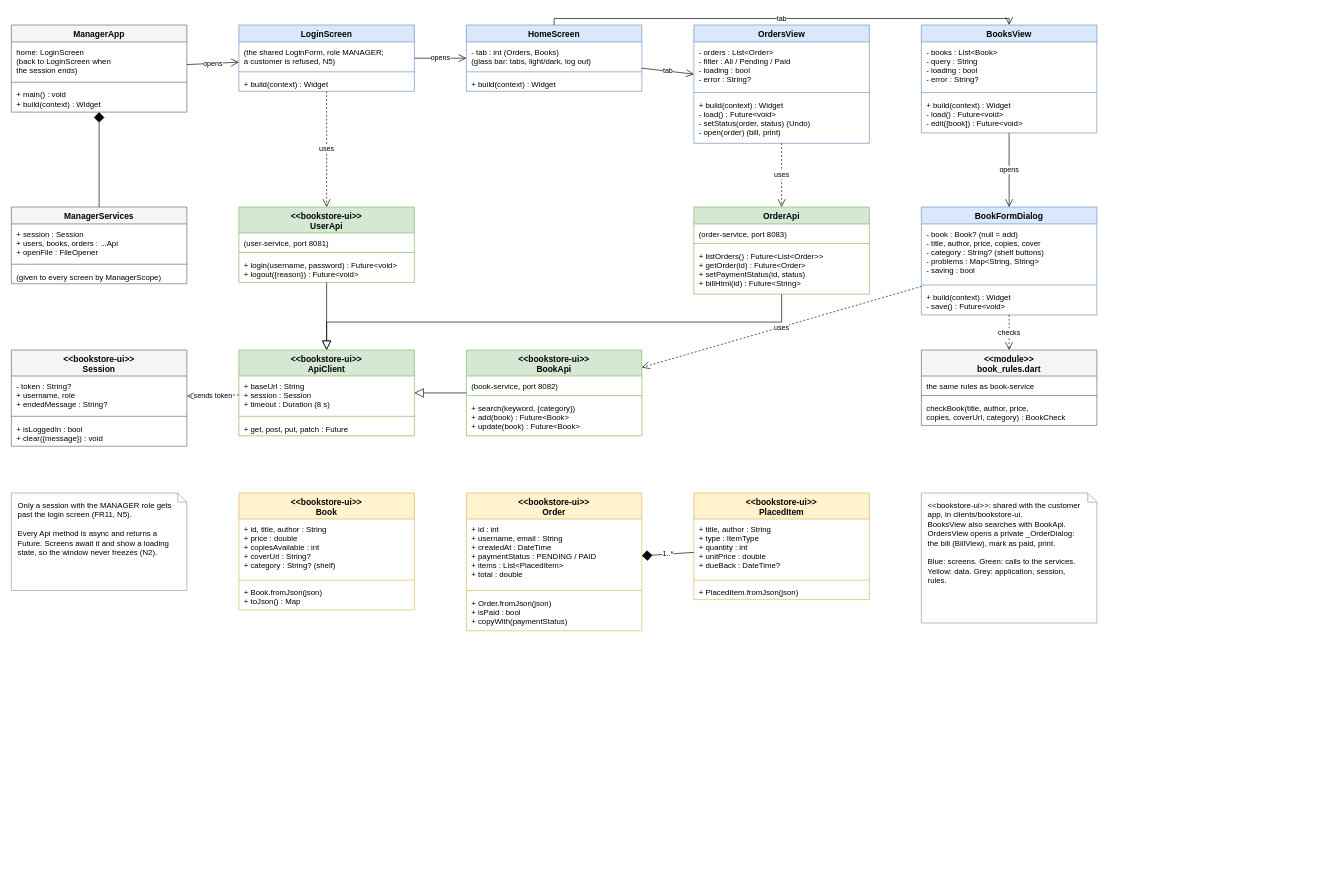
KFUPMer/csce310-bookstore keeps this draw.io diagram as docs/02-design/diagrams/class-manager-app.drawio. Above is the earlier version. Source tidied: cells renumbered, new cells numbered last; positions are measured from the earlier drawing's top-left corner, leaving out a move shared by most shapes. Both pictures are drawn from the tidied source at 65%, with x=0, y=0 at pixel (11, 25).
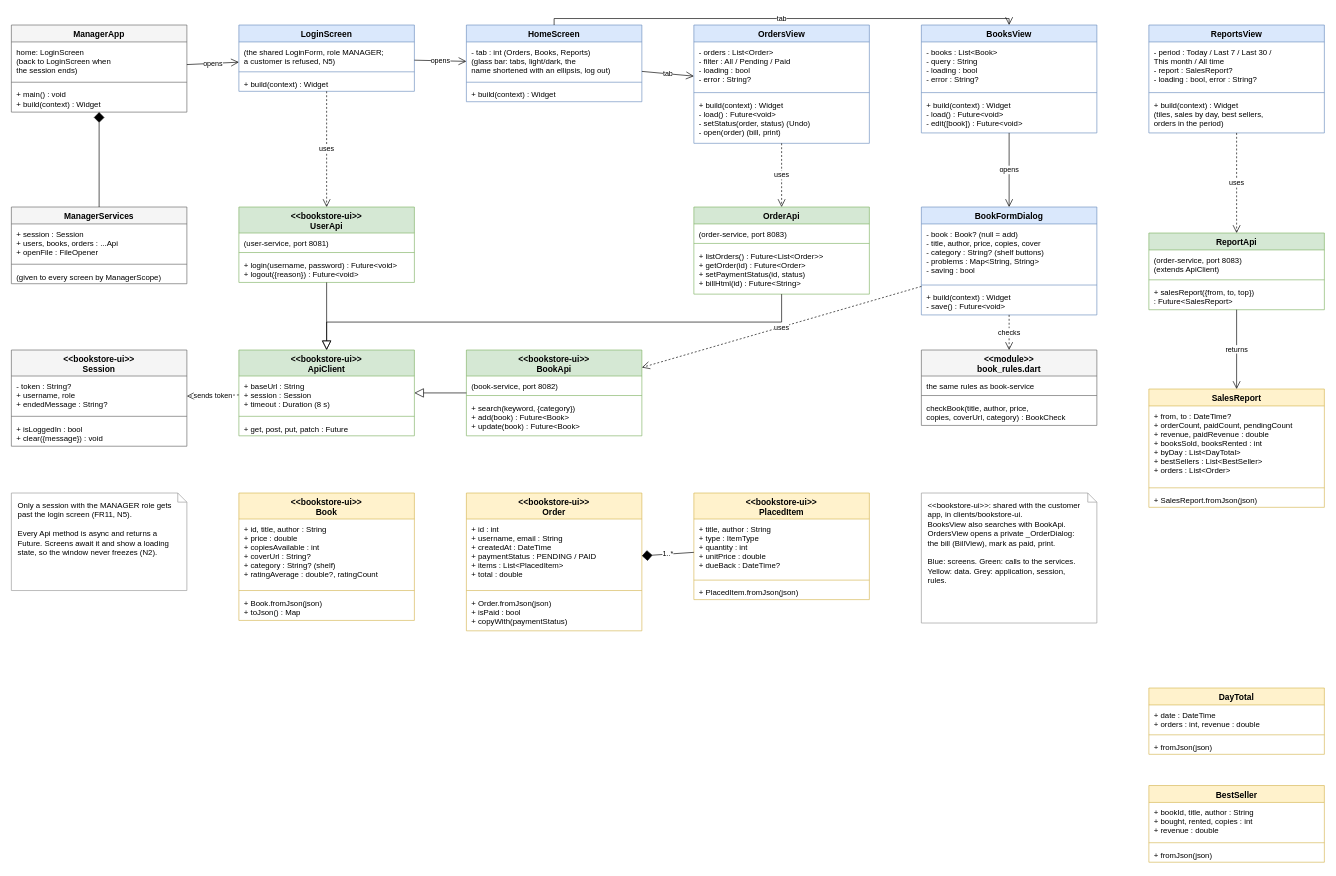
The same diagram, later.

What changed in the source:
```diff
@@
     <mxCell id="10" value="HomeScreen" style="swimlane;fontStyle=1;align=center;verticalAlign=top;horizontal=1;startSize=26;fillColor=#dae8fc;strokeColor=#6c8ebf;fontSize=13;" parent="1" vertex="1">
-      <mxGeometry x="700" width="270" height="102" as="geometry" />
+      <mxGeometry x="700" width="270" height="118" as="geometry" />
     </mxCell>
-    <mxCell id="11" value="- tab : int  (Orders, Books)&#10;(glass bar: tabs, light/dark, log out)" style="text;strokeColor=none;fillColor=none;align=left;verticalAlign=top;spacingLeft=6;spacingRight=4;spacingTop=2;overflow=hidden;fontSize=12;" parent="10" vertex="1">
-      <mxGeometry y="26" width="270" height="42" as="geometry" />
+    <mxCell id="11" value="- tab : int  (Orders, Books, Reports)&#10;(glass bar: tabs, light/dark, the&#10; name shortened with an ellipsis, log out)" style="text;strokeColor=none;fillColor=none;align=left;verticalAlign=top;spacingLeft=6;spacingRight=4;spacingTop=2;overflow=hidden;fontSize=12;" parent="10" vertex="1">
+      <mxGeometry y="26" width="270" height="58" as="geometry" />
     </mxCell>
     <mxCell id="12" style="line;strokeWidth=1;fillColor=none;align=left;verticalAlign=middle;spacingTop=-1;spacingLeft=3;spacingRight=3;labelPosition=right;strokeColor=inherit;" parent="10" vertex="1">
-      <mxGeometry y="68" width="270" height="8" as="geometry" />
+      <mxGeometry y="84" width="270" height="8" as="geometry" />
     </mxCell>
     <mxCell id="13" value="+ build(context) : Widget" style="text;strokeColor=none;fillColor=none;align=left;verticalAlign=top;spacingLeft=6;spacingRight=4;spacingTop=2;overflow=hidden;fontSize=12;" parent="10" vertex="1">
-      <mxGeometry y="76" width="270" height="26" as="geometry" />
+      <mxGeometry y="92" width="270" height="26" as="geometry" />
     </mxCell>
@@
     <mxCell id="54" value="&lt;&lt;bookstore-ui&gt;&gt;&#10;Book" style="swimlane;fontStyle=1;align=center;verticalAlign=top;horizontal=1;startSize=40;fillColor=#fff2cc;strokeColor=#d6b656;fontSize=13;" parent="1" vertex="1">
-      <mxGeometry x="350" y="720" width="270" height="180" as="geometry" />
+      <mxGeometry x="350" y="720" width="270" height="196" as="geometry" />
     </mxCell>
-    <mxCell id="55" value="+ id, title, author : String&#10;+ price : double&#10;+ copiesAvailable : int&#10;+ coverUrl : String?&#10;+ category : String?  (shelf)" style="text;strokeColor=none;fillColor=none;align=left;verticalAlign=top;spacingLeft=6;spacingRight=4;spacingTop=2;overflow=hidden;fontSize=12;" parent="54" vertex="1">
-      <mxGeometry y="40" width="270" height="90" as="geometry" />
+    <mxCell id="55" value="+ id, title, author : String&#10;+ price : double&#10;+ copiesAvailable : int&#10;+ coverUrl : String?&#10;+ category : String?  (shelf)&#10;+ ratingAverage : double?, ratingCount" style="text;strokeColor=none;fillColor=none;align=left;verticalAlign=top;spacingLeft=6;spacingRight=4;spacingTop=2;overflow=hidden;fontSize=12;" parent="54" vertex="1">
+      <mxGeometry y="40" width="270" height="106" as="geometry" />
     </mxCell>
     <mxCell id="56" style="line;strokeWidth=1;fillColor=none;align=left;verticalAlign=middle;spacingTop=-1;spacingLeft=3;spacingRight=3;labelPosition=right;strokeColor=inherit;" parent="54" vertex="1">
-      <mxGeometry y="130" width="270" height="8" as="geometry" />
+      <mxGeometry y="146" width="270" height="8" as="geometry" />
     </mxCell>
     <mxCell id="57" value="+ Book.fromJson(json)&#10;+ toJson() : Map" style="text;strokeColor=none;fillColor=none;align=left;verticalAlign=top;spacingLeft=6;spacingRight=4;spacingTop=2;overflow=hidden;fontSize=12;" parent="54" vertex="1">
-      <mxGeometry y="138" width="270" height="42" as="geometry" />
+      <mxGeometry y="154" width="270" height="42" as="geometry" />
     </mxCell>
@@
+    <mxCell id="83" value="ReportsView" style="swimlane;fontStyle=1;align=center;verticalAlign=top;horizontal=1;startSize=26;fillColor=#dae8fc;strokeColor=#6c8ebf;fontSize=13;" parent="1" vertex="1">
+      <mxGeometry x="1750" width="270" height="166" as="geometry" />
+    </mxCell>
+    <mxCell id="84" value="- period : Today / Last 7 / Last 30 /&#10;    This month / All time&#10;- report : SalesReport?&#10;- loading : bool, error : String?" style="text;strokeColor=none;fillColor=none;align=left;verticalAlign=top;spacingLeft=6;spacingRight=4;spacingTop=2;overflow=hidden;fontSize=12;" parent="83" vertex="1">
+      <mxGeometry y="26" width="270" height="74" as="geometry" />
+    </mxCell>
+    <mxCell id="85" style="line;strokeWidth=1;fillColor=none;align=left;verticalAlign=middle;spacingTop=-1;spacingLeft=3;spacingRight=3;labelPosition=right;strokeColor=inherit;" parent="83" vertex="1">
+      <mxGeometry y="100" width="270" height="8" as="geometry" />
+    </mxCell>
+    <mxCell id="86" value="+ build(context) : Widget&#10;(tiles, sales by day, best sellers,&#10; orders in the period)" style="text;strokeColor=none;fillColor=none;align=left;verticalAlign=top;spacingLeft=6;spacingRight=4;spacingTop=2;overflow=hidden;fontSize=12;" parent="83" vertex="1">
+      <mxGeometry y="108" width="270" height="58" as="geometry" />
+    </mxCell>
+    <mxCell id="87" value="ReportApi" style="swimlane;fontStyle=1;align=center;verticalAlign=top;horizontal=1;startSize=26;fillColor=#d5e8d4;strokeColor=#82b366;fontSize=13;" parent="1" vertex="1">
+      <mxGeometry x="1750" y="320" width="270" height="118" as="geometry" />
+    </mxCell>
+    <mxCell id="88" value="(order-service, port 8083)&#10;(extends ApiClient)" style="text;strokeColor=none;fillColor=none;align=left;verticalAlign=top;spacingLeft=6;spacingRight=4;spacingTop=2;overflow=hidden;fontSize=12;" parent="87" vertex="1">
+      <mxGeometry y="26" width="270" height="42" as="geometry" />
+    </mxCell>
+    <mxCell id="89" style="line;strokeWidth=1;fillColor=none;align=left;verticalAlign=middle;spacingTop=-1;spacingLeft=3;spacingRight=3;labelPosition=right;strokeColor=inherit;" parent="87" vertex="1">
+      <mxGeometry y="68" width="270" height="8" as="geometry" />
+    </mxCell>
+    <mxCell id="90" value="+ salesReport({from, to, top})&#10;    : Future&lt;SalesReport&gt;" style="text;strokeColor=none;fillColor=none;align=left;verticalAlign=top;spacingLeft=6;spacingRight=4;spacingTop=2;overflow=hidden;fontSize=12;" parent="87" vertex="1">
+      <mxGeometry y="76" width="270" height="42" as="geometry" />
+    </mxCell>
+    <mxCell id="91" value="SalesReport" style="swimlane;fontStyle=1;align=center;verticalAlign=top;horizontal=1;startSize=26;fillColor=#fff2cc;strokeColor=#d6b656;fontSize=13;" parent="1" vertex="1">
+      <mxGeometry x="1750" y="560" width="270" height="182" as="geometry" />
+    </mxCell>
+    <mxCell id="92" value="+ from, to : DateTime?&#10;+ orderCount, paidCount, pendingCount&#10;+ revenue, paidRevenue : double&#10;+ booksSold, booksRented : int&#10;+ byDay : List&lt;DayTotal&gt;&#10;+ bestSellers : List&lt;BestSeller&gt;&#10;+ orders : List&lt;Order&gt;" style="text;strokeColor=none;fillColor=none;align=left;verticalAlign=top;spacingLeft=6;spacingRight=4;spacingTop=2;overflow=hidden;fontSize=12;" parent="91" vertex="1">
+      <mxGeometry y="26" width="270" height="122" as="geometry" />
+    </mxCell>
+    <mxCell id="93" style="line;strokeWidth=1;fillColor=none;align=left;verticalAlign=middle;spacingTop=-1;spacingLeft=3;spacingRight=3;labelPosition=right;strokeColor=inherit;" parent="91" vertex="1">
+      <mxGeometry y="148" width="270" height="8" as="geometry" />
+    </mxCell>
+    <mxCell id="94" value="+ SalesReport.fromJson(json)" style="text;strokeColor=none;fillColor=none;align=left;verticalAlign=top;spacingLeft=6;spacingRight=4;spacingTop=2;overflow=hidden;fontSize=12;" parent="91" vertex="1">
+      <mxGeometry y="156" width="270" height="26" as="geometry" />
+    </mxCell>
+    <mxCell id="95" value="DayTotal" style="swimlane;fontStyle=1;align=center;verticalAlign=top;horizontal=1;startSize=26;fillColor=#fff2cc;strokeColor=#d6b656;fontSize=13;" parent="1" vertex="1">
+      <mxGeometry x="1750" y="1020" width="270" height="102" as="geometry" />
+    </mxCell>
+    <mxCell id="96" value="+ date : DateTime&#10;+ orders : int, revenue : double" style="text;strokeColor=none;fillColor=none;align=left;verticalAlign=top;spacingLeft=6;spacingRight=4;spacingTop=2;overflow=hidden;fontSize=12;" parent="95" vertex="1">
+      <mxGeometry y="26" width="270" height="42" as="geometry" />
+    </mxCell>
+    <mxCell id="97" style="line;strokeWidth=1;fillColor=none;align=left;verticalAlign=middle;spacingTop=-1;spacingLeft=3;spacingRight=3;labelPosition=right;strokeColor=inherit;" parent="95" vertex="1">
+      <mxGeometry y="68" width="270" height="8" as="geometry" />
+    </mxCell>
+    <mxCell id="98" value="+ fromJson(json)" style="text;strokeColor=none;fillColor=none;align=left;verticalAlign=top;spacingLeft=6;spacingRight=4;spacingTop=2;overflow=hidden;fontSize=12;" parent="95" vertex="1">
+      <mxGeometry y="76" width="270" height="26" as="geometry" />
+    </mxCell>
+    <mxCell id="99" value="BestSeller" style="swimlane;fontStyle=1;align=center;verticalAlign=top;horizontal=1;startSize=26;fillColor=#fff2cc;strokeColor=#d6b656;fontSize=13;" parent="1" vertex="1">
+      <mxGeometry x="1750" y="1170" width="270" height="118" as="geometry" />
+    </mxCell>
+    <mxCell id="100" value="+ bookId, title, author : String&#10;+ bought, rented, copies : int&#10;+ revenue : double" style="text;strokeColor=none;fillColor=none;align=left;verticalAlign=top;spacingLeft=6;spacingRight=4;spacingTop=2;overflow=hidden;fontSize=12;" parent="99" vertex="1">
+      <mxGeometry y="26" width="270" height="58" as="geometry" />
+    </mxCell>
+    <mxCell id="101" style="line;strokeWidth=1;fillColor=none;align=left;verticalAlign=middle;spacingTop=-1;spacingLeft=3;spacingRight=3;labelPosition=right;strokeColor=inherit;" parent="99" vertex="1">
+      <mxGeometry y="84" width="270" height="8" as="geometry" />
+    </mxCell>
+    <mxCell id="102" value="+ fromJson(json)" style="text;strokeColor=none;fillColor=none;align=left;verticalAlign=top;spacingLeft=6;spacingRight=4;spacingTop=2;overflow=hidden;fontSize=12;" parent="99" vertex="1">
+      <mxGeometry y="92" width="270" height="26" as="geometry" />
+    </mxCell>
+    <mxCell id="103" value="uses" style="endArrow=open;endSize=10;dashed=1;html=1;rounded=0;fontSize=11;" parent="1" edge="1" source="83" target="87">
+      <mxGeometry relative="1" as="geometry" />
+    </mxCell>
+    <mxCell id="104" value="returns" style="endArrow=open;endSize=10;html=1;rounded=0;fontSize=11;" parent="1" edge="1" source="87" target="91">
+      <mxGeometry relative="1" as="geometry" />
+    </mxCell>
```
